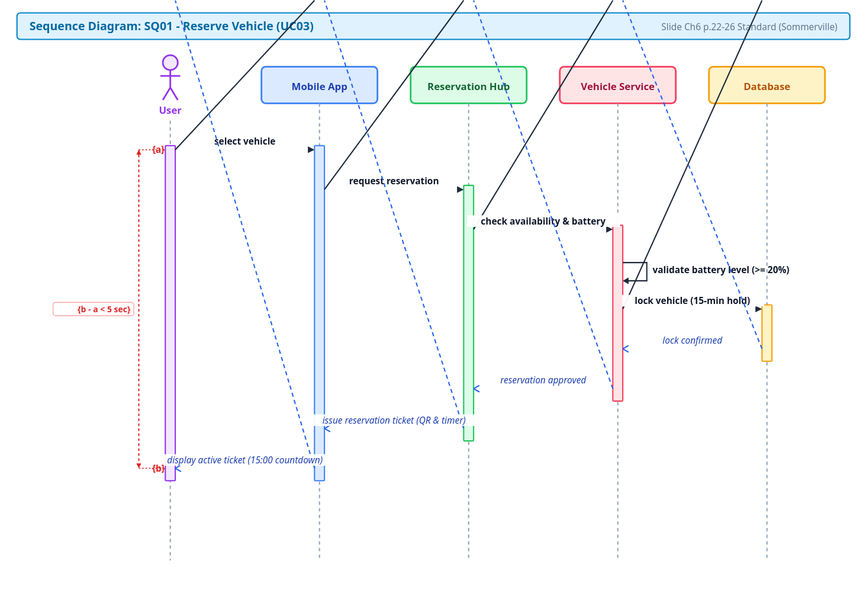
This is 01_Diagram/02_Sequence_Diagram/SQ01-Reserve_Vehicle.drawio.svg from YdtTran/software-engineerning, a draw.io export, as it was before one commit. Source tidied: cells renumbered, new cells last; positions are measured from the earlier drawing's top-left corner, leaving out a move shared by most shapes.
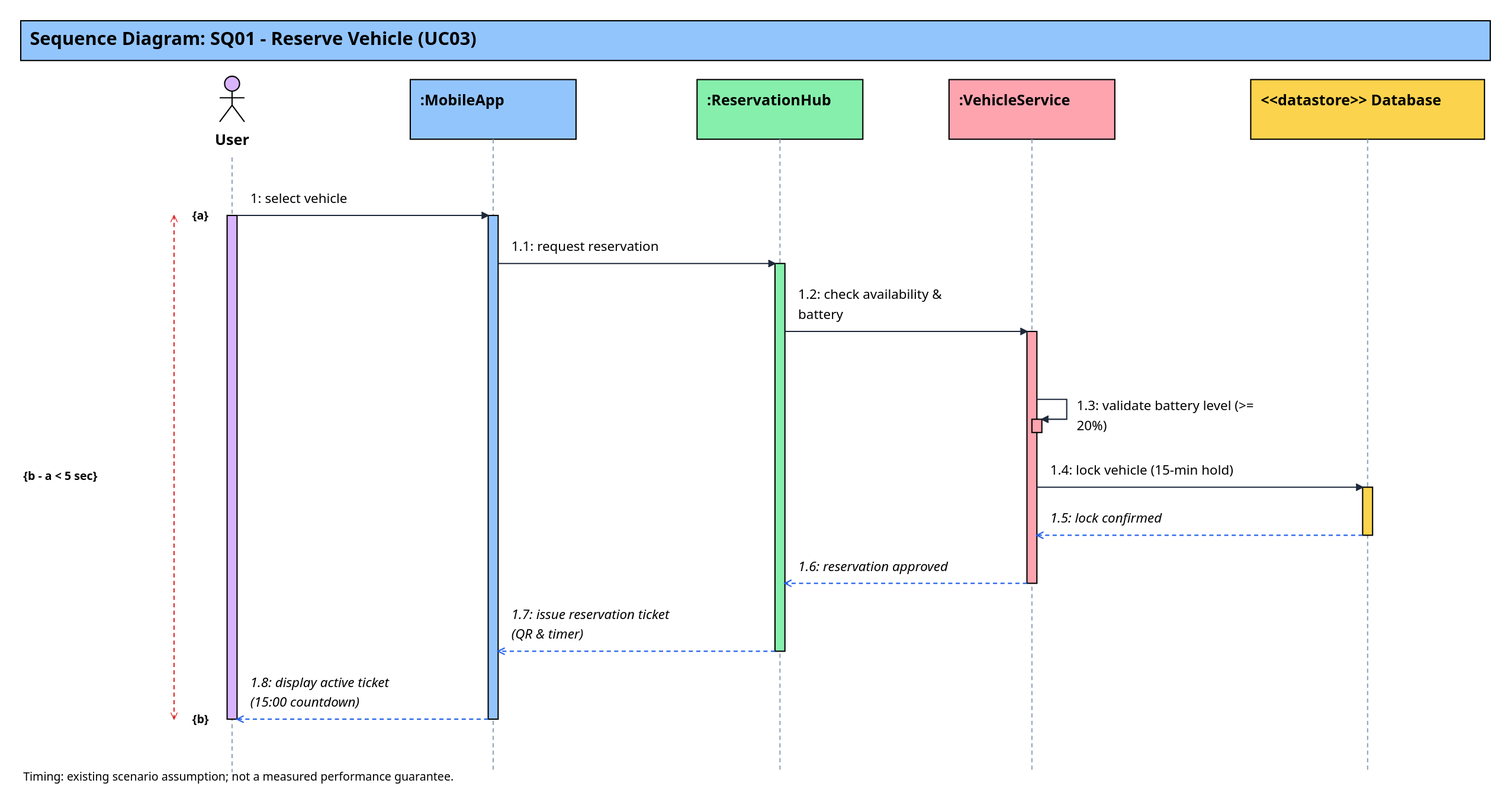
Later version of the same file.

What changed in the source:
```diff
@@ -1,124 +1,193 @@
-<mxGraphModel>
+<mxGraphModel background="#ffffff">
   <root>
     <mxCell id="0" />
     <mxCell id="1" parent="0" />
+    <mxCell id="26" style="html=0;fontFamily=Segoe UI;fontSize=16;fillColor=#93c5fd;strokeColor=#000000;whiteSpace=wrap;" parent="1" vertex="1">
+      <mxGeometry x="-165" y="-40" width="1773" height="48" as="geometry" />
+    </mxCell>
+    <mxCell id="27" value="Sequence Diagram: SQ01 - Reserve Vehicle (UC03)" style="html=0;fontFamily=Segoe UI;fontSize=16;fillColor=none;strokeColor=none;whiteSpace=wrap;text;align=left;verticalAlign=top;spacing=0;fontColor=#000000;fontSize=22;fontStyle=1;" parent="1" vertex="1">
+      <mxGeometry x="-154" y="-34" width="1751" height="33" as="geometry" />
+    </mxCell>
-    <mxCell id="2" value="User" style="shape=umlActor;verticalLabelPosition=bottom;verticalAlign=top;html=1;fontFamily=Segoe UI;fontSize=12;fontStyle=1;fillColor=#f3e8ff;strokeColor=#9333ea;" parent="1" vertex="1">
-      <mxGeometry width="30" height="55" as="geometry" />
+    <mxCell id="2" style="shape=umlActor;fillColor=#d8b4fe;strokeColor=#000000;" parent="1" vertex="1">
+      <mxGeometry x="75" y="27" width="30" height="55" as="geometry" />
     </mxCell>
+    <mxCell id="28" value="User" style="html=0;fontFamily=Segoe UI;fontSize=16;fillColor=none;strokeColor=none;whiteSpace=wrap;text;align=center;verticalAlign=top;spacing=0;fontColor=#000000;fontSize=18;fontStyle=1;" parent="1" vertex="1">
+      <mxGeometry x="-10" y="91" width="200" height="27" as="geometry" />
+    </mxCell>
-    <mxCell id="3" style="edgeStyle=orthogonalEdgeStyle;dashed=1;strokeColor=#94a3b8;strokeWidth=1.5;html=1;endArrow=none;" parent="1" edge="1">
+    <mxCell id="3" style="html=0;noEdgeStyle=1;rounded=0;strokeColor=#94a3b8;strokeWidth=1.5;endArrow=none;endFill=1;dashed=1;" parent="1" edge="1">
       <mxGeometry relative="1" as="geometry">
-        <mxPoint x="15" y="65" as="sourcePoint" />
-        <mxPoint x="15" y="610" as="targetPoint" />
+        <mxPoint x="90" y="125" as="sourcePoint" />
+        <mxPoint x="90" y="867" as="targetPoint" />
       </mxGeometry>
     </mxCell>
-    <mxCell id="4" value="Mobile App" style="rounded=1;whiteSpace=wrap;html=1;fontFamily=Segoe UI;fontSize=12;fontStyle=1;fillColor=#dbeafe;strokeColor=#3b82f6;strokeWidth=2;fontColor=#1e40af;" parent="1" vertex="1">
-      <mxGeometry x="125" y="15" width="140" height="44" as="geometry" />
+    <mxCell id="4" style="html=0;fontFamily=Segoe UI;fontSize=16;fillColor=#93c5fd;strokeColor=#000000;whiteSpace=wrap;" parent="1" vertex="1">
+      <mxGeometry x="305" y="31" width="200" height="72" as="geometry" />
     </mxCell>
+    <mxCell id="29" value=":MobileApp" style="html=0;fontFamily=Segoe UI;fontSize=16;fillColor=none;strokeColor=none;whiteSpace=wrap;text;align=left;verticalAlign=top;spacing=0;fontColor=#000000;fontSize=18;fontStyle=1;" parent="1" vertex="1">
+      <mxGeometry x="317" y="43" width="176" height="27" as="geometry" />
+    </mxCell>
-    <mxCell id="5" style="edgeStyle=orthogonalEdgeStyle;dashed=1;strokeColor=#94a3b8;strokeWidth=1.5;html=1;endArrow=none;" parent="1" edge="1">
+    <mxCell id="5" style="html=0;noEdgeStyle=1;rounded=0;strokeColor=#94a3b8;strokeWidth=1.5;endArrow=none;endFill=1;dashed=1;" parent="1" edge="1">
       <mxGeometry relative="1" as="geometry">
-        <mxPoint x="195" y="59" as="sourcePoint" />
-        <mxPoint x="195" y="610" as="targetPoint" />
+        <mxPoint x="405" y="103" as="sourcePoint" />
+        <mxPoint x="405" y="867" as="targetPoint" />
       </mxGeometry>
     </mxCell>
-    <mxCell id="6" value="Reservation Hub" style="rounded=1;whiteSpace=wrap;html=1;fontFamily=Segoe UI;fontSize=12;fontStyle=1;fillColor=#dcfce7;strokeColor=#22c55e;strokeWidth=2;fontColor=#166534;" parent="1" vertex="1">
-      <mxGeometry x="305" y="15" width="140" height="44" as="geometry" />
+    <mxCell id="6" style="html=0;fontFamily=Segoe UI;fontSize=16;fillColor=#86efac;strokeColor=#000000;whiteSpace=wrap;" parent="1" vertex="1">
+      <mxGeometry x="651" y="31" width="200" height="72" as="geometry" />
     </mxCell>
+    <mxCell id="30" value=":ReservationHub" style="html=0;fontFamily=Segoe UI;fontSize=16;fillColor=none;strokeColor=none;whiteSpace=wrap;text;align=left;verticalAlign=top;spacing=0;fontColor=#000000;fontSize=18;fontStyle=1;" parent="1" vertex="1">
+      <mxGeometry x="663" y="43" width="176" height="27" as="geometry" />
+    </mxCell>
-    <mxCell id="7" style="edgeStyle=orthogonalEdgeStyle;dashed=1;strokeColor=#94a3b8;strokeWidth=1.5;html=1;endArrow=none;" parent="1" edge="1">
+    <mxCell id="7" style="html=0;noEdgeStyle=1;rounded=0;strokeColor=#94a3b8;strokeWidth=1.5;endArrow=none;endFill=1;dashed=1;" parent="1" edge="1">
       <mxGeometry relative="1" as="geometry">
-        <mxPoint x="375" y="59" as="sourcePoint" />
-        <mxPoint x="375" y="610" as="targetPoint" />
+        <mxPoint x="751" y="103" as="sourcePoint" />
+        <mxPoint x="751" y="867" as="targetPoint" />
       </mxGeometry>
     </mxCell>
-    <mxCell id="8" value="Vehicle Service" style="rounded=1;whiteSpace=wrap;html=1;fontFamily=Segoe UI;fontSize=12;fontStyle=1;fillColor=#ffe4e6;strokeColor=#f43f5e;strokeWidth=2;fontColor=#9f1239;" parent="1" vertex="1">
-      <mxGeometry x="485" y="15" width="140" height="44" as="geometry" />
+    <mxCell id="8" style="html=0;fontFamily=Segoe UI;fontSize=16;fillColor=#fda4af;strokeColor=#000000;whiteSpace=wrap;" parent="1" vertex="1">
+      <mxGeometry x="955" y="31" width="200" height="72" as="geometry" />
     </mxCell>
+    <mxCell id="31" value=":VehicleService" style="html=0;fontFamily=Segoe UI;fontSize=16;fillColor=none;strokeColor=none;whiteSpace=wrap;text;align=left;verticalAlign=top;spacing=0;fontColor=#000000;fontSize=18;fontStyle=1;" parent="1" vertex="1">
+      <mxGeometry x="967" y="43" width="176" height="27" as="geometry" />
+    </mxCell>
-    <mxCell id="9" style="edgeStyle=orthogonalEdgeStyle;dashed=1;strokeColor=#94a3b8;strokeWidth=1.5;html=1;endArrow=none;" parent="1" edge="1">
+    <mxCell id="9" style="html=0;noEdgeStyle=1;rounded=0;strokeColor=#94a3b8;strokeWidth=1.5;endArrow=none;endFill=1;dashed=1;" parent="1" edge="1">
       <mxGeometry relative="1" as="geometry">
-        <mxPoint x="555" y="59" as="sourcePoint" />
-        <mxPoint x="555" y="610" as="targetPoint" />
+        <mxPoint x="1055" y="103" as="sourcePoint" />
+        <mxPoint x="1055" y="867" as="targetPoint" />
       </mxGeometry>
     </mxCell>
-    <mxCell id="10" value="Database" style="rounded=1;whiteSpace=wrap;html=1;fontFamily=Segoe UI;fontSize=12;fontStyle=1;fillColor=#fef3c7;strokeColor=#f59e0b;strokeWidth=2;fontColor=#b45309;" parent="1" vertex="1">
-      <mxGeometry x="665" y="15" width="140" height="44" as="geometry" />
+    <mxCell id="10" style="html=0;fontFamily=Segoe UI;fontSize=16;fillColor=#fcd34d;strokeColor=#000000;whiteSpace=wrap;" parent="1" vertex="1">
+      <mxGeometry x="1319" y="31" width="282" height="72" as="geometry" />
     </mxCell>
+    <mxCell id="32" value="&lt;&lt;datastore&gt;&gt; Database" style="html=0;fontFamily=Segoe UI;fontSize=16;fillColor=none;strokeColor=none;whiteSpace=wrap;text;align=left;verticalAlign=top;spacing=0;fontColor=#000000;fontSize=18;fontStyle=1;" parent="1" vertex="1">
+      <mxGeometry x="1331" y="43" width="258" height="27" as="geometry" />
+    </mxCell>
-    <mxCell id="11" style="edgeStyle=orthogonalEdgeStyle;dashed=1;strokeColor=#94a3b8;strokeWidth=1.5;html=1;endArrow=none;" parent="1" edge="1">
+    <mxCell id="11" style="html=0;noEdgeStyle=1;rounded=0;strokeColor=#94a3b8;strokeWidth=1.5;endArrow=none;endFill=1;dashed=1;" parent="1" edge="1">
       <mxGeometry relative="1" as="geometry">
-        <mxPoint x="735" y="59" as="sourcePoint" />
-        <mxPoint x="735" y="610" as="targetPoint" />
+        <mxPoint x="1460" y="103" as="sourcePoint" />
+        <mxPoint x="1460" y="867" as="targetPoint" />
       </mxGeometry>
     </mxCell>
-    <mxCell id="12" style="rounded=0;whiteSpace=wrap;html=1;fillColor=#f3e8ff;strokeColor=#9333ea;strokeWidth=1.5;" parent="1" vertex="1">
-      <mxGeometry x="9" y="110" width="12" height="404" as="geometry" />
-    </mxCell>
-    <mxCell id="13" style="rounded=0;whiteSpace=wrap;html=1;fillColor=#dbeafe;strokeColor=#3b82f6;strokeWidth=1.5;" parent="1" vertex="1">
-      <mxGeometry x="189" y="110" width="12" height="404" as="geometry" />
-    </mxCell>
-    <mxCell id="14" style="rounded=0;whiteSpace=wrap;html=1;fillColor=#dcfce7;strokeColor=#22c55e;strokeWidth=1.5;" parent="1" vertex="1">
-      <mxGeometry x="369" y="158" width="12" height="308" as="geometry" />
-    </mxCell>
-    <mxCell id="15" style="rounded=0;whiteSpace=wrap;html=1;fillColor=#ffe4e6;strokeColor=#f43f5e;strokeWidth=1.5;" parent="1" vertex="1">
-      <mxGeometry x="549" y="206" width="12" height="212" as="geometry" />
-    </mxCell>
-    <mxCell id="16" style="rounded=0;whiteSpace=wrap;html=1;fillColor=#fef3c7;strokeColor=#f59e0b;strokeWidth=1.5;" parent="1" vertex="1">
-      <mxGeometry x="729" y="302" width="12" height="68" as="geometry" />
-    </mxCell>
+    <mxCell id="33" style="html=0;fontFamily=Segoe UI;fontSize=16;fillColor=#d8b4fe;strokeColor=#000000;whiteSpace=wrap;" parent="1" vertex="1">
+      <mxGeometry x="84" y="195" width="12" height="608" as="geometry" />
+    </mxCell>
+    <mxCell id="34" style="html=0;fontFamily=Segoe UI;fontSize=16;fillColor=#93c5fd;strokeColor=#000000;whiteSpace=wrap;" parent="1" vertex="1">
+      <mxGeometry x="399" y="195" width="12" height="608" as="geometry" />
+    </mxCell>
+    <mxCell id="35" style="html=0;fontFamily=Segoe UI;fontSize=16;fillColor=#86efac;strokeColor=#000000;whiteSpace=wrap;" parent="1" vertex="1">
+      <mxGeometry x="745" y="253" width="12" height="468" as="geometry" />
+    </mxCell>
+    <mxCell id="36" style="html=0;fontFamily=Segoe UI;fontSize=16;fillColor=#fda4af;strokeColor=#000000;whiteSpace=wrap;" parent="1" vertex="1">
+      <mxGeometry x="1049" y="335" width="12" height="304" as="geometry" />
+    </mxCell>
+    <mxCell id="37" style="html=0;fontFamily=Segoe UI;fontSize=16;fillColor=#fcd34d;strokeColor=#000000;whiteSpace=wrap;" parent="1" vertex="1">
+      <mxGeometry x="1454" y="523" width="12" height="58" as="geometry" />
+    </mxCell>
-    <mxCell id="17" value="select vehicle" style="html=1;verticalAlign=bottom;endArrow=block;endFill=1;dashed=0;strokeColor=#1e293b;strokeWidth=1.5;fontFamily=Segoe UI;fontSize=11;fontColor=#0f172a;fontStyle=1;" parent="1" edge="1">
+    <mxCell id="17" style="html=0;noEdgeStyle=1;rounded=0;strokeColor=#1e293b;strokeWidth=1.5;endArrow=block;endFill=1;dashed=0;" parent="1" edge="1">
       <mxGeometry relative="1" as="geometry">
-        <mxPoint x="21" y="115" as="sourcePoint" />
-        <mxPoint x="189" y="115" as="targetPoint" />
+        <mxPoint x="96" y="195" as="sourcePoint" />
+        <mxPoint x="399" y="195" as="targetPoint" />
       </mxGeometry>
     </mxCell>
+    <mxCell id="38" value="1: select vehicle" style="html=0;fontFamily=Segoe UI;fontSize=16;fillColor=none;strokeColor=none;whiteSpace=wrap;text;align=left;verticalAlign=top;spacing=0;fontColor=#000000;fontSize=16;fontStyle=0;" parent="1" vertex="1">
+      <mxGeometry x="112" y="163" width="271" height="24" as="geometry" />
+    </mxCell>
+    <mxCell id="39" value="{a}" style="html=0;fontFamily=Segoe UI;fontSize=16;fillColor=none;strokeColor=none;whiteSpace=wrap;text;align=left;verticalAlign=top;spacing=0;fontColor=#000000;fontSize=14;fontStyle=1;" parent="1" vertex="1">
+      <mxGeometry x="42" y="185" width="36" height="21" as="geometry" />
+    </mxCell>
-    <mxCell id="18" value="request reservation" style="html=1;verticalAlign=bottom;endArrow=block;endFill=1;dashed=0;strokeColor=#1e293b;strokeWidth=1.5;fontFamily=Segoe UI;fontSize=11;fontColor=#0f172a;fontStyle=1;" parent="1" edge="1">
+    <mxCell id="18" style="html=0;noEdgeStyle=1;rounded=0;strokeColor=#1e293b;strokeWidth=1.5;endArrow=block;endFill=1;dashed=0;" parent="1" edge="1">
       <mxGeometry relative="1" as="geometry">
-        <mxPoint x="201" y="163" as="sourcePoint" />
-        <mxPoint x="369" y="163" as="targetPoint" />
+        <mxPoint x="411" y="253" as="sourcePoint" />
+        <mxPoint x="745" y="253" as="targetPoint" />
       </mxGeometry>
     </mxCell>
+    <mxCell id="40" value="1.1: request reservation" style="html=0;fontFamily=Segoe UI;fontSize=16;fillColor=none;strokeColor=none;whiteSpace=wrap;text;align=left;verticalAlign=top;spacing=0;fontColor=#000000;fontSize=16;fontStyle=0;" parent="1" vertex="1">
+      <mxGeometry x="427" y="221" width="302" height="24" as="geometry" />
+    </mxCell>
-    <mxCell id="19" value="check availability &amp; battery" style="html=1;verticalAlign=bottom;endArrow=block;endFill=1;dashed=0;strokeColor=#1e293b;strokeWidth=1.5;fontFamily=Segoe UI;fontSize=11;fontColor=#0f172a;fontStyle=1;" parent="1" edge="1">
+    <mxCell id="19" style="html=0;noEdgeStyle=1;rounded=0;strokeColor=#1e293b;strokeWidth=1.5;endArrow=block;endFill=1;dashed=0;" parent="1" edge="1">
       <mxGeometry relative="1" as="geometry">
-        <mxPoint x="381" y="211" as="sourcePoint" />
-        <mxPoint x="549" y="211" as="targetPoint" />
+        <mxPoint x="757" y="335" as="sourcePoint" />
+        <mxPoint x="1049" y="335" as="targetPoint" />
       </mxGeometry>
     </mxCell>
+    <mxCell id="41" value="1.2: check availability &amp;&#10;battery" style="html=0;fontFamily=Segoe UI;fontSize=16;fillColor=none;strokeColor=none;whiteSpace=wrap;text;align=left;verticalAlign=top;spacing=0;fontColor=#000000;fontSize=16;fontStyle=0;" parent="1" vertex="1">
+      <mxGeometry x="773" y="279" width="260" height="48" as="geometry" />
+    </mxCell>
+    <mxCell id="42" style="html=0;fontFamily=Segoe UI;fontSize=16;fillColor=#fda4af;strokeColor=#000000;whiteSpace=wrap;" parent="1" vertex="1">
+      <mxGeometry x="1055" y="441" width="12" height="16" as="geometry" />
+    </mxCell>
-    <mxCell id="20" value="validate battery level (&gt;= 20%)" style="edgeStyle=orthogonalEdgeStyle;rounded=0;html=1;strokeColor=#1e293b;strokeWidth=1.5;fontFamily=Segoe UI;fontSize=11;fontColor=#0f172a;endArrow=block;endFill=1;" parent="1" edge="1">
+    <mxCell id="20" style="html=0;noEdgeStyle=1;rounded=0;strokeColor=#1e293b;strokeWidth=1.5;endArrow=block;endFill=1;dashed=0;" parent="1" edge="1">
       <mxGeometry relative="1" as="geometry">
-        <mxPoint x="561" y="251" as="sourcePoint" />
-        <mxPoint x="561" y="273" as="targetPoint" />
+        <mxPoint x="1061" y="417" as="sourcePoint" />
+        <mxPoint x="1067" y="441" as="targetPoint" />
         <Array as="points">
-          <mxPoint x="590" y="251" />
-          <mxPoint x="590" y="273" />
+          <mxPoint x="1097" y="417" />
+          <mxPoint x="1097" y="441" />
         </Array>
       </mxGeometry>
     </mxCell>
+    <mxCell id="43" value="1.3: validate battery level (&gt;=&#10;20%)" style="html=0;fontFamily=Segoe UI;fontSize=16;fillColor=none;strokeColor=none;whiteSpace=wrap;text;align=left;verticalAlign=top;spacing=0;fontColor=#000000;fontSize=16;fontStyle=0;" parent="1" vertex="1">
+      <mxGeometry x="1109" y="413" width="323" height="48" as="geometry" />
+    </mxCell>
-    <mxCell id="21" value="lock vehicle (15-min hold)" style="html=1;verticalAlign=bottom;endArrow=block;endFill=1;dashed=0;strokeColor=#1e293b;strokeWidth=1.5;fontFamily=Segoe UI;fontSize=11;fontColor=#0f172a;fontStyle=1;" parent="1" edge="1">
+    <mxCell id="21" style="html=0;noEdgeStyle=1;rounded=0;strokeColor=#1e293b;strokeWidth=1.5;endArrow=block;endFill=1;dashed=0;" parent="1" edge="1">
       <mxGeometry relative="1" as="geometry">
-        <mxPoint x="561" y="307" as="sourcePoint" />
-        <mxPoint x="729" y="307" as="targetPoint" />
+        <mxPoint x="1061" y="523" as="sourcePoint" />
+        <mxPoint x="1454" y="523" as="targetPoint" />
       </mxGeometry>
     </mxCell>
+    <mxCell id="44" value="1.4: lock vehicle (15-min hold)" style="html=0;fontFamily=Segoe UI;fontSize=16;fillColor=none;strokeColor=none;whiteSpace=wrap;text;align=left;verticalAlign=top;spacing=0;fontColor=#000000;fontSize=16;fontStyle=0;" parent="1" vertex="1">
+      <mxGeometry x="1077" y="491" width="361" height="24" as="geometry" />
+    </mxCell>
-    <mxCell id="22" value="lock confirmed" style="html=1;verticalAlign=bottom;endArrow=open;dashed=1;strokeColor=#2563eb;strokeWidth=1.5;fontFamily=Segoe UI;fontSize=11;fontColor=#1e40af;fontStyle=2;" parent="1" edge="1">
+    <mxCell id="22" style="html=0;noEdgeStyle=1;rounded=0;strokeColor=#2563eb;strokeWidth=1.5;endArrow=open;endFill=0;dashed=1;" parent="1" edge="1">
       <mxGeometry relative="1" as="geometry">
-        <mxPoint x="729" y="355" as="sourcePoint" />
-        <mxPoint x="561" y="355" as="targetPoint" />
+        <mxPoint x="1454" y="581" as="sourcePoint" />
+        <mxPoint x="1061" y="581" as="targetPoint" />
       </mxGeometry>
     </mxCell>
+    <mxCell id="45" value="1.5: lock confirmed" style="html=0;fontFamily=Segoe UI;fontSize=16;fillColor=none;strokeColor=none;whiteSpace=wrap;text;align=left;verticalAlign=top;spacing=0;fontColor=#000000;fontSize=16;fontStyle=2;" parent="1" vertex="1">
+      <mxGeometry x="1077" y="549" width="361" height="24" as="geometry" />
+    </mxCell>
-    <mxCell id="23" value="reservation approved" style="html=1;verticalAlign=bottom;endArrow=open;dashed=1;strokeColor=#2563eb;strokeWidth=1.5;fontFamily=Segoe UI;fontSize=11;fontColor=#1e40af;fontStyle=2;" parent="1" edge="1">
+    <mxCell id="23" style="html=0;noEdgeStyle=1;rounded=0;strokeColor=#2563eb;strokeWidth=1.5;endArrow=open;endFill=0;dashed=1;" parent="1" edge="1">
       <mxGeometry relative="1" as="geometry">
-        <mxPoint x="549" y="403" as="sourcePoint" />
-        <mxPoint x="381" y="403" as="targetPoint" />
+        <mxPoint x="1049" y="639" as="sourcePoint" />
+        <mxPoint x="757" y="639" as="targetPoint" />
       </mxGeometry>
     </mxCell>
+    <mxCell id="46" value="1.6: reservation approved" style="html=0;fontFamily=Segoe UI;fontSize=16;fillColor=none;strokeColor=none;whiteSpace=wrap;text;align=left;verticalAlign=top;spacing=0;fontColor=#000000;fontSize=16;fontStyle=2;" parent="1" vertex="1">
+      <mxGeometry x="773" y="607" width="260" height="24" as="geometry" />
+    </mxCell>
-    <mxCell id="24" value="issue reservation ticket (QR &amp; timer)" style="html=1;verticalAlign=bottom;endArrow=open;dashed=1;strokeColor=#2563eb;strokeWidth=1.5;fontFamily=Segoe UI;fontSize=11;fontColor=#1e40af;fontStyle=2;" parent="1" edge="1">
+    <mxCell id="24" style="html=0;noEdgeStyle=1;rounded=0;strokeColor=#2563eb;strokeWidth=1.5;endArrow=open;endFill=0;dashed=1;" parent="1" edge="1">
       <mxGeometry relative="1" as="geometry">
-        <mxPoint x="369" y="451" as="sourcePoint" />
-        <mxPoint x="201" y="451" as="targetPoint" />
+        <mxPoint x="745" y="721" as="sourcePoint" />
+        <mxPoint x="411" y="721" as="targetPoint" />
       </mxGeometry>
     </mxCell>
+    <mxCell id="47" value="1.7: issue reservation ticket&#10;(QR &amp; timer)" style="html=0;fontFamily=Segoe UI;fontSize=16;fillColor=none;strokeColor=none;whiteSpace=wrap;text;align=left;verticalAlign=top;spacing=0;fontColor=#000000;fontSize=16;fontStyle=2;" parent="1" vertex="1">
+      <mxGeometry x="427" y="665" width="302" height="48" as="geometry" />
+    </mxCell>
-    <mxCell id="25" value="display active ticket (15:00 countdown)" style="html=1;verticalAlign=bottom;endArrow=open;dashed=1;strokeColor=#2563eb;strokeWidth=1.5;fontFamily=Segoe UI;fontSize=11;fontColor=#1e40af;fontStyle=2;" parent="1" edge="1">
+    <mxCell id="25" style="html=0;noEdgeStyle=1;rounded=0;strokeColor=#2563eb;strokeWidth=1.5;endArrow=open;endFill=0;dashed=1;" parent="1" edge="1">
       <mxGeometry relative="1" as="geometry">
-        <mxPoint x="189" y="499" as="sourcePoint" />
-        <mxPoint x="21" y="499" as="targetPoint" />
+        <mxPoint x="399" y="803" as="sourcePoint" />
+        <mxPoint x="96" y="803" as="targetPoint" />
       </mxGeometry>
     </mxCell>
+    <mxCell id="48" value="1.8: display active ticket&#10;(15:00 countdown)" style="html=0;fontFamily=Segoe UI;fontSize=16;fillColor=none;strokeColor=none;whiteSpace=wrap;text;align=left;verticalAlign=top;spacing=0;fontColor=#000000;fontSize=16;fontStyle=2;" parent="1" vertex="1">
+      <mxGeometry x="112" y="747" width="271" height="48" as="geometry" />
+    </mxCell>
+    <mxCell id="49" value="{b}" style="html=0;fontFamily=Segoe UI;fontSize=16;fillColor=none;strokeColor=none;whiteSpace=wrap;text;align=left;verticalAlign=top;spacing=0;fontColor=#000000;fontSize=14;fontStyle=1;" parent="1" vertex="1">
+      <mxGeometry x="42" y="793" width="36" height="21" as="geometry" />
+    </mxCell>
+    <mxCell id="50" style="html=0;noEdgeStyle=1;rounded=0;strokeColor=#dc2626;strokeWidth=1.5;endArrow=none;endFill=0;dashed=1;startArrow=open;endArrow=open;" parent="1" edge="1">
+      <mxGeometry relative="1" as="geometry">
+        <mxPoint x="20" y="195" as="sourcePoint" />
+        <mxPoint x="20" y="803" as="targetPoint" />
+      </mxGeometry>
+    </mxCell>
+    <mxCell id="51" value="{b - a &lt; 5 sec}" style="html=0;fontFamily=Segoe UI;fontSize=16;fillColor=none;strokeColor=none;whiteSpace=wrap;text;align=left;verticalAlign=top;spacing=0;fontColor=#000000;fontSize=14;fontStyle=1;" parent="1" vertex="1">
+      <mxGeometry x="-162" y="499" width="174" height="21" as="geometry" />
+    </mxCell>
+    <mxCell id="52" value="Timing: existing scenario assumption; not a measured performance guarantee." style="html=0;fontFamily=Segoe UI;fontSize=16;fillColor=none;strokeColor=none;whiteSpace=wrap;text;align=left;verticalAlign=top;spacing=0;fontColor=#000000;fontSize=14;fontStyle=0;" parent="1" vertex="1">
+      <mxGeometry x="-162" y="862" width="1767" height="21" as="geometry" />
+    </mxCell>
   </root>
 </mxGraphModel>
```
